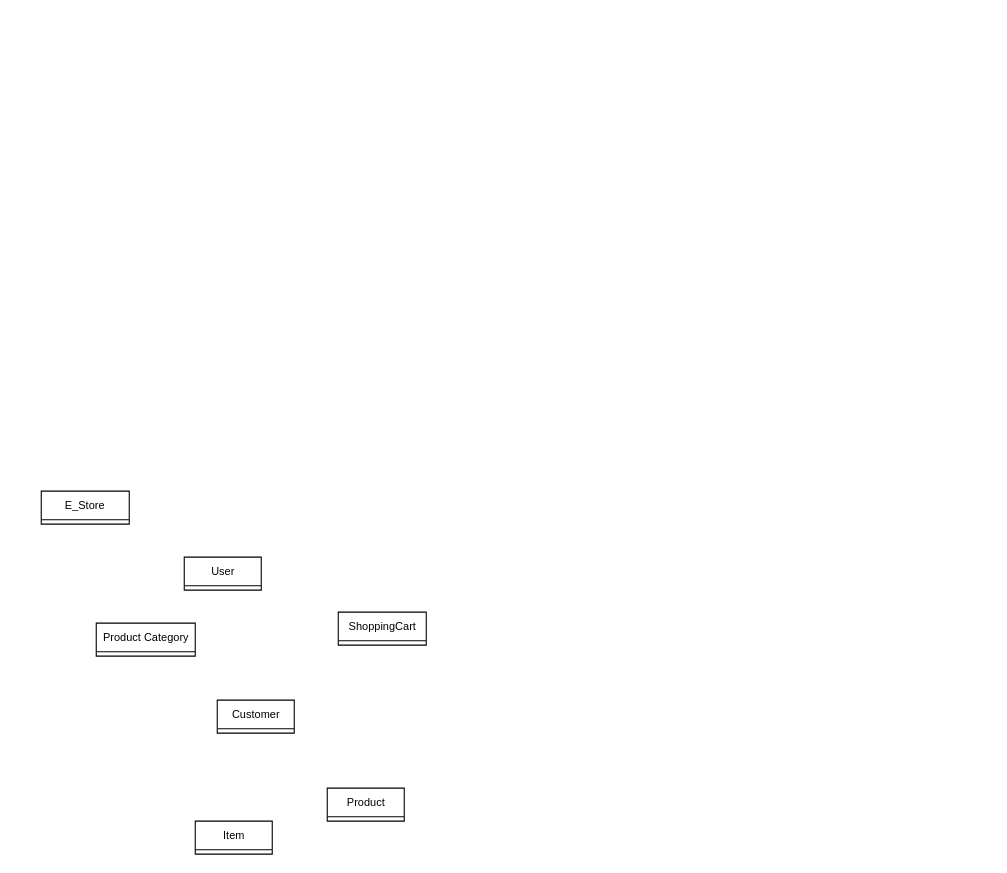
Above: Untitled Diagram.drawio in Abolaji2K21/taskForFirstGate- (draw.io), before the change. Source tidied: cells renumbered, new cells numbered last; positions are measured from the earlier drawing's top-left corner, leaving out a move shared by most shapes. Both pictures are drawn from the tidied source at 110%, with x=0, y=0 at pixel (41, 491).
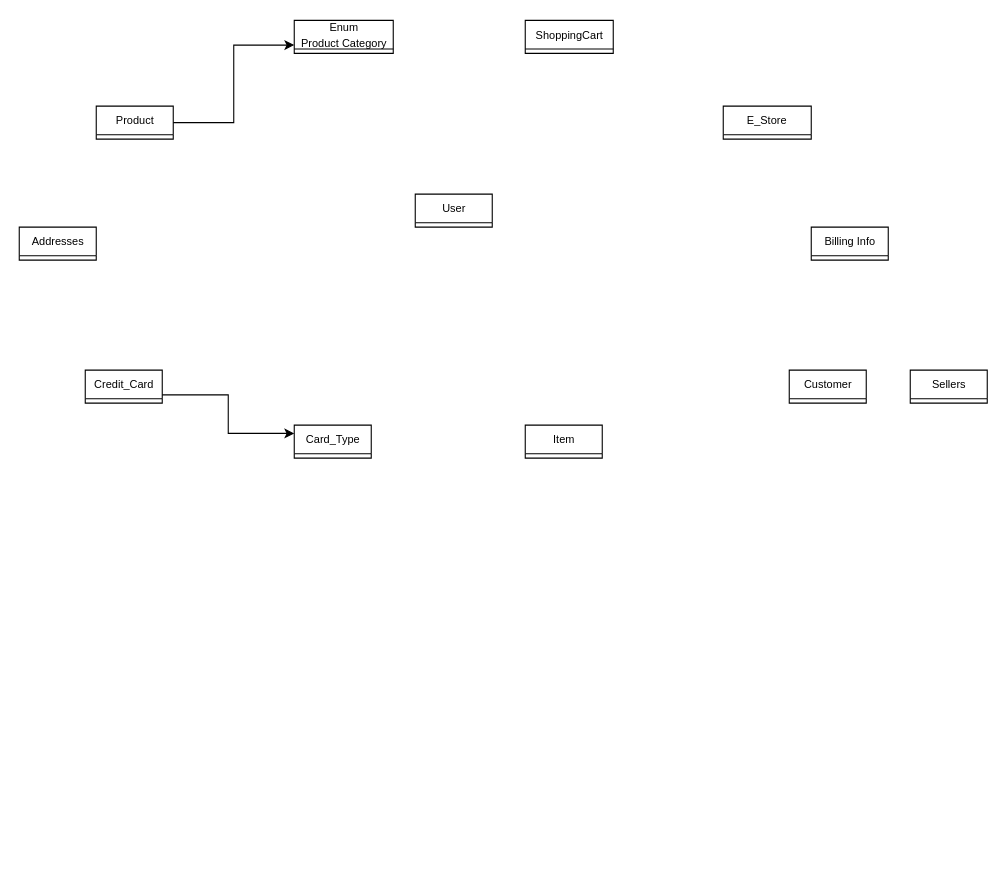
The same diagram, later.

What changed in the source:
```diff
@@
 <mxGraphModel>
   <root>
     <mxCell id="0" />
     <mxCell id="1" parent="0" />
     <mxCell id="2" value="&lt;font style=&quot;font-size: 10px;&quot;&gt;E_Store&lt;/font&gt;" style="swimlane;fontStyle=0;horizontal=1;startSize=26;fillColor=none;whiteSpace=wrap;html=1;" parent="1" vertex="1" collapsed="1">
-      <mxGeometry width="80" height="30" as="geometry" />
+      <mxGeometry x="620" y="-350" width="80" height="30" as="geometry" />
     </mxCell>
     <mxCell id="3" value="&lt;font style=&quot;font-size: 10px;&quot;&gt;User&lt;/font&gt;" style="swimlane;fontStyle=0;horizontal=1;startSize=26;fillColor=none;html=1;" parent="1" vertex="1" collapsed="1">
-      <mxGeometry x="130" y="60" width="70" height="30" as="geometry" />
+      <mxGeometry x="340" y="-270" width="70" height="30" as="geometry" />
     </mxCell>
     <mxCell id="4" value="&lt;font style=&quot;font-size: 10px;&quot;&gt;Customer&lt;/font&gt;" style="swimlane;fontStyle=0;horizontal=1;startSize=26;fillColor=none;html=1;" parent="1" vertex="1" collapsed="1">
-      <mxGeometry x="160" y="190" width="70" height="30" as="geometry" />
+      <mxGeometry x="680" y="-110" width="70" height="30" as="geometry" />
     </mxCell>
     <mxCell id="5" value="&lt;font style=&quot;font-size: 10px;&quot;&gt;ShoppingCart&lt;/font&gt;" style="swimlane;fontStyle=0;horizontal=1;startSize=26;fillColor=none;html=1;" parent="1" vertex="1" collapsed="1">
-      <mxGeometry x="270" y="110" width="80" height="30" as="geometry" />
+      <mxGeometry x="440" y="-428" width="80" height="30" as="geometry" />
     </mxCell>
     <mxCell id="6" value="&lt;font style=&quot;font-size: 10px;&quot;&gt;Item&lt;/font&gt;" style="swimlane;fontStyle=0;horizontal=1;startSize=26;fillColor=none;html=1;" parent="1" vertex="1" collapsed="1">
-      <mxGeometry x="140" y="300" width="70" height="30" as="geometry" />
+      <mxGeometry x="440" y="-60" width="70" height="30" as="geometry" />
     </mxCell>
+    <mxCell id="9" style="edgeStyle=orthogonalEdgeStyle;rounded=0;jettySize=auto;html=1;exitX=1;exitY=0.5;exitDx=0;exitDy=0;entryX=0;entryY=0.75;entryDx=0;entryDy=0;" parent="1" edge="1" source="7" target="8">
+      <mxGeometry relative="1" as="geometry" />
+    </mxCell>
     <mxCell id="7" value="&lt;font style=&quot;font-size: 10px;&quot;&gt;Product&lt;/font&gt;" style="swimlane;fontStyle=0;horizontal=1;startSize=26;fillColor=none;html=1;" parent="1" vertex="1" collapsed="1">
-      <mxGeometry x="260" y="270" width="70" height="30" as="geometry" />
+      <mxGeometry x="50" y="-350" width="70" height="30" as="geometry" />
     </mxCell>
-    <mxCell id="8" value="&lt;font style=&quot;font-size: 10px;&quot;&gt;Product Category&lt;/font&gt;" style="swimlane;fontStyle=0;horizontal=1;startSize=26;fillColor=none;html=1;" parent="1" vertex="1" collapsed="1">
-      <mxGeometry x="50" y="120" width="90" height="30" as="geometry" />
+    <mxCell id="8" value="&lt;font style=&quot;font-size: 10px;&quot;&gt;Enum&lt;br&gt;Product Category&lt;br&gt;&lt;/font&gt;" style="swimlane;fontStyle=0;horizontal=1;startSize=26;fillColor=none;html=1;" parent="1" vertex="1" collapsed="1">
+      <mxGeometry x="230" y="-428" width="90" height="30" as="geometry" />
     </mxCell>
+    <mxCell id="10" value="&lt;font style=&quot;font-size: 10px;&quot;&gt;Billing Info&lt;/font&gt;" style="swimlane;fontStyle=0;horizontal=1;startSize=26;fillColor=none;html=1;" parent="1" vertex="1" collapsed="1">
+      <mxGeometry x="700" y="-240" width="70" height="30" as="geometry" />
+    </mxCell>
+    <mxCell id="11" style="edgeStyle=orthogonalEdgeStyle;rounded=0;jettySize=auto;html=1;exitX=1;exitY=0.75;exitDx=0;exitDy=0;entryX=0;entryY=0.25;entryDx=0;entryDy=0;" parent="1" edge="1" source="12" target="13">
+      <mxGeometry relative="1" as="geometry" />
+    </mxCell>
+    <mxCell id="12" value="&lt;font style=&quot;font-size: 10px;&quot;&gt;Credit_Card&lt;/font&gt;" style="swimlane;fontStyle=0;horizontal=1;startSize=26;fillColor=none;html=1;" parent="1" vertex="1" collapsed="1">
+      <mxGeometry x="40" y="-110" width="70" height="30" as="geometry" />
+    </mxCell>
+    <mxCell id="13" value="&lt;font style=&quot;font-size: 10px;&quot;&gt;Card_Type&lt;/font&gt;" style="swimlane;fontStyle=0;horizontal=1;startSize=26;fillColor=none;html=1;" parent="1" vertex="1" collapsed="1">
+      <mxGeometry x="230" y="-60" width="70" height="30" as="geometry" />
+    </mxCell>
+    <mxCell id="14" value="&lt;font style=&quot;font-size: 10px;&quot;&gt;Addresses&lt;/font&gt;" style="swimlane;fontStyle=0;horizontal=1;startSize=26;fillColor=none;html=1;" parent="1" vertex="1" collapsed="1">
+      <mxGeometry x="-20" y="-240" width="70" height="30" as="geometry" />
+    </mxCell>
+    <mxCell id="15" value="&lt;font style=&quot;font-size: 10px;&quot;&gt;Sellers&lt;br&gt;&lt;/font&gt;" style="swimlane;fontStyle=0;horizontal=1;startSize=26;fillColor=none;html=1;" parent="1" vertex="1" collapsed="1">
+      <mxGeometry x="790" y="-110" width="70" height="30" as="geometry" />
+    </mxCell>
   </root>
 </mxGraphModel>
```
